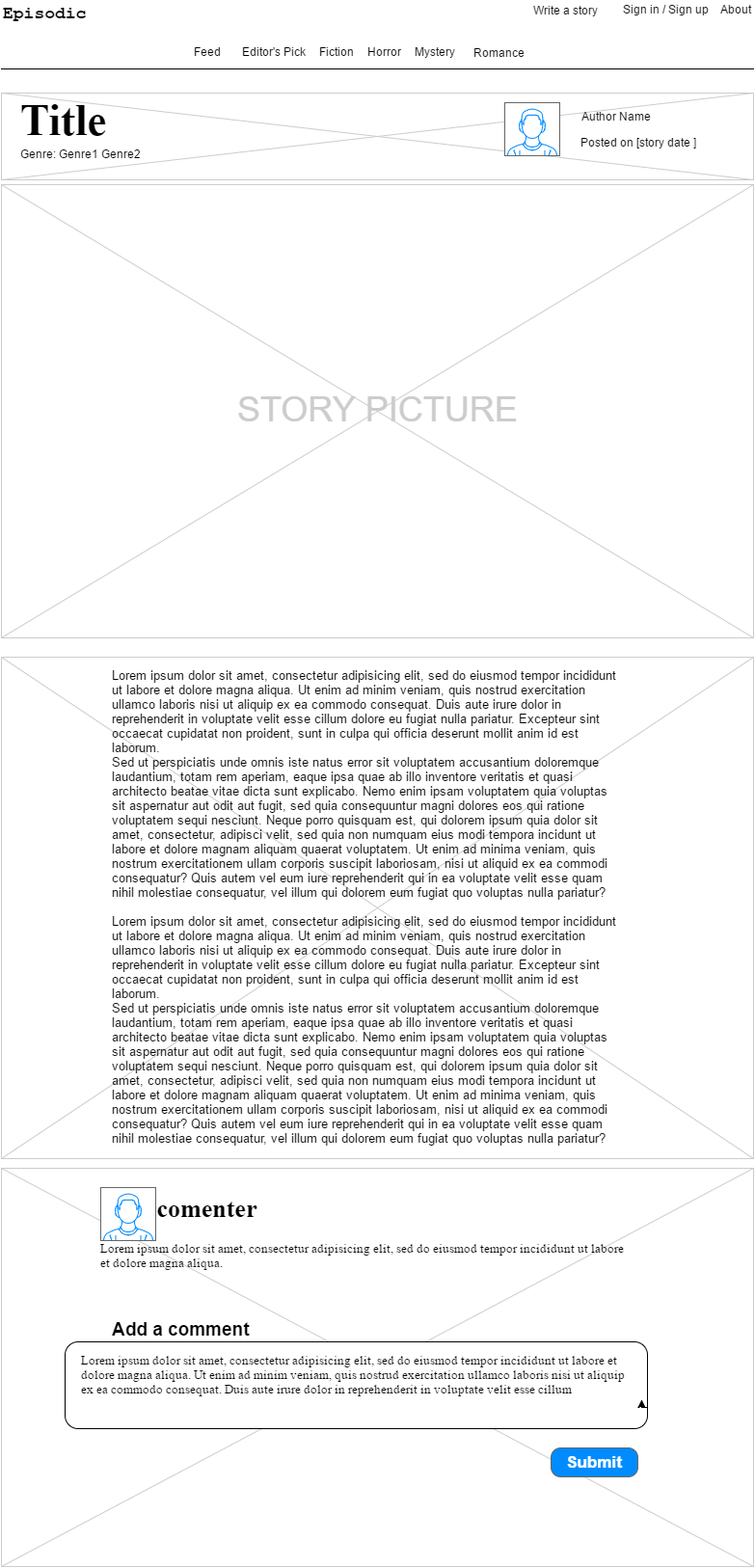
This is docs/wireframes/stories_view.png from maestromac/Episodic, a draw.io export, as it was before one commit. Source tidied: cells renumbered, new cells last; positions are measured from the earlier drawing's top-left corner, leaving out a move shared by most shapes. The source it was exported from:
```xml
<mxGraphModel background="#ffffff">
  <root>
    <mxCell id="0" style="html=1;" />
    <mxCell id="1" style="html=1;" parent="0" />
    <mxCell id="2" style="verticalLabelPosition=bottom;verticalAlign=top;strokeWidth=1;shape=mxgraph.mockup.graphics.iconGrid;strokeColor=#CCCCCC;gridSize=1,1;html=1;" parent="1" vertex="1">
      <mxGeometry y="95" width="780" height="90" as="geometry" />
    </mxCell>
    <mxCell id="3" style="verticalLabelPosition=bottom;verticalAlign=top;strokeWidth=1;shape=mxgraph.mockup.graphics.iconGrid;strokeColor=#CCCCCC;gridSize=1,1;html=1;" parent="1" vertex="1">
      <mxGeometry y="680" width="780" height="520" as="geometry" />
    </mxCell>
    <mxCell id="4" value="&lt;div style=&quot;text-align: center&quot;&gt;&lt;span style=&quot;line-height: 1.2&quot;&gt;&lt;b&gt;&lt;font face=&quot;Courier New&quot;&gt;Episodic&lt;/font&gt;&lt;/b&gt;&lt;/span&gt;&lt;/div&gt;" style="text;spacingTop=-5;fontSize=18;fontStyle=0;html=1;" parent="1" vertex="1">
      <mxGeometry width="70" height="20" as="geometry" />
    </mxCell>
    <mxCell id="5" style="line;strokeWidth=1;html=1;" parent="1" vertex="1">
      <mxGeometry y="65" width="780" height="10" as="geometry" />
    </mxCell>
    <mxCell id="6" value="Feed" style="text;spacingTop=-5;html=1;" parent="1" vertex="1">
      <mxGeometry x="198" y="44" width="30" height="20" as="geometry" />
    </mxCell>
    <mxCell id="7" value="About" style="text;spacingTop=-5;html=1;" parent="1" vertex="1">
      <mxGeometry x="744" width="30" height="20" as="geometry" />
    </mxCell>
    <mxCell id="8" value="Sign in / Sign up" style="text;spacingTop=-5;html=1;" parent="1" vertex="1">
      <mxGeometry x="643" width="101" height="20" as="geometry" />
    </mxCell>
    <mxCell id="9" value="&lt;font style=&quot;font-size: 45px&quot;&gt;&lt;b&gt;Title&lt;/b&gt;&lt;/font&gt;" style="text;spacingTop=-5;html=1;fontFamily=Times New Roman;fontSize=50;" parent="1" vertex="1">
      <mxGeometry x="18" y="90" width="105" height="60" as="geometry" />
    </mxCell>
    <mxCell id="10" value="Lorem ipsum dolor sit amet, consectetur adipisicing elit, sed do eiusmod tempor incididunt ut labore et dolore magna aliqua. Ut enim ad minim veniam, quis nostrud exercitation ullamco laboris nisi ut aliquip ex ea commodo consequat. Duis aute irure dolor in reprehenderit in voluptate velit esse cillum dolore eu fugiat nulla pariatur. Excepteur sint occaecat cupidatat non proident, sunt in culpa qui officia deserunt mollit anim id est laborum.&lt;br&gt;Sed ut perspiciatis unde omnis iste natus error sit voluptatem accusantium doloremque laudantium, totam rem aperiam, eaque ipsa quae ab illo inventore veritatis et quasi architecto beatae vitae dicta sunt explicabo. Nemo enim ipsam voluptatem quia voluptas sit aspernatur aut odit aut fugit, sed quia consequuntur magni dolores eos qui ratione voluptatem sequi nesciunt. Neque porro quisquam est, qui dolorem ipsum quia dolor sit amet, consectetur, adipisci velit, sed quia non numquam eius modi tempora incidunt ut labore et dolore magnam aliquam quaerat voluptatem. Ut enim ad minima veniam, quis nostrum exercitationem ullam corporis suscipit laboriosam, nisi ut aliquid ex ea commodi consequatur? Quis autem vel eum iure reprehenderit qui in ea voluptate velit esse quam nihil molestiae consequatur, vel illum qui dolorem eum fugiat quo voluptas nulla pariatur?&lt;div&gt;&lt;span&gt;&lt;br&gt;&lt;/span&gt;&lt;/div&gt;&lt;div&gt;&lt;span&gt;Lorem ipsum dolor sit amet, consectetur adipisicing elit, sed do eiusmod tempor incididunt ut labore et dolore magna aliqua. Ut enim ad minim veniam, quis nostrud exercitation ullamco laboris nisi ut aliquip ex ea commodo consequat. Duis aute irure dolor in reprehenderit in voluptate velit esse cillum dolore eu fugiat nulla pariatur. Excepteur sint occaecat cupidatat non proident, sunt in culpa qui officia deserunt mollit anim id est laborum.&lt;/span&gt;&lt;br&gt;&lt;span&gt;Sed ut perspiciatis unde omnis iste natus error sit voluptatem accusantium doloremque laudantium, totam rem aperiam, eaque ipsa quae ab illo inventore veritatis et quasi architecto beatae vitae dicta sunt explicabo. Nemo enim ipsam voluptatem quia voluptas sit aspernatur aut odit aut fugit, sed quia consequuntur magni dolores eos qui ratione voluptatem sequi nesciunt. Neque porro quisquam est, qui dolorem ipsum quia dolor sit amet, consectetur, adipisci velit, sed quia non numquam eius modi tempora incidunt ut labore et dolore magnam aliquam quaerat voluptatem. Ut enim ad minima veniam, quis nostrum exercitationem ullam corporis suscipit laboriosam, nisi ut aliquid ex ea commodi consequatur? Quis autem vel eum iure reprehenderit qui in ea voluptate velit esse quam nihil molestiae consequatur, vel illum qui dolorem eum fugiat quo voluptas nulla pariatur?&lt;/span&gt;&lt;/div&gt;" style="text;spacingTop=-5;whiteSpace=wrap;align=left;html=1;fontSize=13;" parent="1" vertex="1">
      <mxGeometry x="113" y="690" width="530" height="500" as="geometry" />
    </mxCell>
    <mxCell id="11" value="Editor's Pick" style="text;spacingTop=-5;html=1;" parent="1" vertex="1">
      <mxGeometry x="248" y="44" width="80" height="20" as="geometry" />
    </mxCell>
    <mxCell id="12" value="Fiction" style="text;spacingTop=-5;html=1;" parent="1" vertex="1">
      <mxGeometry x="328" y="44" width="50" height="20" as="geometry" />
    </mxCell>
    <mxCell id="13" value="Horror" style="text;spacingTop=-5;html=1;" parent="1" vertex="1">
      <mxGeometry x="378" y="44" width="50" height="20" as="geometry" />
    </mxCell>
    <mxCell id="14" style="verticalLabelPosition=bottom;verticalAlign=top;strokeWidth=1;shape=mxgraph.mockup.graphics.iconGrid;strokeColor=#CCCCCC;gridSize=1,1;html=1;" parent="1" vertex="1">
      <mxGeometry y="190" width="780" height="470" as="geometry" />
    </mxCell>
    <mxCell id="15" value="STORY PICTURE" style="text;spacingTop=-5;align=center;verticalAlign=middle;fontSize=36;fontColor=#CCCCCC;html=1;" parent="1" vertex="1">
      <mxGeometry y="190" width="780" height="470" as="geometry" />
    </mxCell>
    <mxCell id="16" value="Genre: Genre1 Genre2" style="text;spacingTop=-5;html=1;" parent="1" vertex="1">
      <mxGeometry x="18" y="150" width="210" height="20" as="geometry" />
    </mxCell>
    <mxCell id="17" value="Mys&lt;span style=&quot;line-height: 1.2&quot;&gt;tery&amp;nbsp;&lt;/span&gt;" style="text;html=1;align=left;verticalAlign=top;spacingTop=-4;rotation=0;" parent="1" vertex="1">
      <mxGeometry x="427" y="43" width="60" height="20" as="geometry" />
    </mxCell>
    <mxCell id="18" value="Romance" style="text;html=1;align=left;verticalAlign=top;spacingTop=-4;" parent="1" vertex="1">
      <mxGeometry x="488" y="44" width="70" height="20" as="geometry" />
    </mxCell>
    <mxCell id="19" value="Write a story&amp;nbsp;" style="text;html=1;align=left;verticalAlign=top;spacingTop=-4;" parent="1" vertex="1">
      <mxGeometry x="550" width="90" height="20" as="geometry" />
    </mxCell>
    <mxCell id="20" value="&lt;font face=&quot;Helvetica&quot; style=&quot;font-size: 12px&quot;&gt;Author Name&lt;/font&gt;" style="text;html=1;strokeColor=none;fillColor=none;align=center;verticalAlign=middle;whiteSpace=wrap;overflow=hidden;fontFamily=Times New Roman;fontSize=13;" parent="1" vertex="1">
      <mxGeometry x="595" y="103" width="83" height="30" as="geometry" />
    </mxCell>
    <mxCell id="21" value="&lt;font face=&quot;Helvetica&quot; style=&quot;font-size: 12px&quot;&gt;Posted on [story date ]&lt;/font&gt;" style="text;html=1;strokeColor=none;fillColor=none;align=center;verticalAlign=middle;whiteSpace=wrap;overflow=hidden;fontFamily=Times New Roman;fontSize=13;" parent="1" vertex="1">
      <mxGeometry x="587" y="135" width="145" height="20" as="geometry" />
    </mxCell>
    <mxCell id="22" style="verticalLabelPosition=bottom;verticalAlign=top;strokeWidth=1;shape=mxgraph.mockup.graphics.iconGrid;strokeColor=#CCCCCC;gridSize=1,1;html=1;" parent="1" vertex="1">
      <mxGeometry y="1210" width="780" height="413" as="geometry" />
    </mxCell>
    <mxCell id="23" style="rounded=1;whiteSpace=wrap;html=1;fontFamily=Times New Roman;fontSize=13;" parent="1" vertex="1">
      <mxGeometry x="66" y="1390" width="604" height="90" as="geometry" />
    </mxCell>
    <mxCell id="24" value="&lt;font style=&quot;font-size: 19px&quot;&gt;Add a comment&lt;/font&gt;" style="text;html=1;fontSize=24;fontStyle=1;verticalAlign=middle;align=center;labelBackgroundColor=none;labelBorderColor=none;" parent="1" vertex="1">
      <mxGeometry x="113" y="1360" width="147" height="30" as="geometry" />
    </mxCell>
    <mxCell id="25" value="Submit" style="strokeWidth=1;shadow=0;dashed=0;align=center;html=1;shape=mxgraph.mockup.buttons.button;strokeColor=#666666;fontColor=#ffffff;mainText=;buttonStyle=round;fontSize=17;fontStyle=1;fillColor=#008cff;whiteSpace=wrap;labelBackgroundColor=none;" parent="1" vertex="1">
      <mxGeometry x="570" y="1500" width="90" height="30" as="geometry" />
    </mxCell>
    <mxCell id="26" value="&lt;span&gt;Lorem ipsum dolor sit amet, consectetur adipisicing elit, sed do eiusmod tempor incididunt ut labore et&amp;nbsp;&lt;/span&gt;&lt;div&gt;&lt;span&gt;dolore magna aliqua. Ut enim ad minim veniam, quis nostrud exercitation ullamco laboris nisi ut aliquip&amp;nbsp;&lt;/span&gt;&lt;/div&gt;&lt;div&gt;&lt;span&gt;ex ea commodo consequat. Duis aute irure dolor in reprehenderit in voluptate velit esse cillum&lt;/span&gt;&lt;/div&gt;" style="text;html=1;fontSize=13;fontFamily=Times New Roman;" parent="1" vertex="1">
      <mxGeometry x="81" y="1395" width="574" height="80" as="geometry" />
    </mxCell>
    <mxCell id="27" value="&lt;h1&gt;&amp;nbsp; &amp;nbsp; &amp;nbsp; &amp;nbsp; &amp;nbsp;&lt;span&gt;comenter&lt;/span&gt;&lt;/h1&gt;&lt;p&gt;Lorem ipsum dolor sit amet, consectetur adipisicing elit, sed do eiusmod tempor incididunt ut labore et dolore magna aliqua.&lt;/p&gt;" style="text;html=1;spacing=5;spacingTop=-20;whiteSpace=wrap;overflow=hidden;labelBackgroundColor=none;fontFamily=Times New Roman;fontSize=13;" parent="1" vertex="1">
      <mxGeometry x="98" y="1230" width="562" height="110" as="geometry" />
    </mxCell>
    <mxCell id="28" style="verticalLabelPosition=bottom;shadow=0;dashed=0;align=center;html=1;verticalAlign=top;strokeWidth=1;shape=mxgraph.mockup.containers.userMale;strokeColor=#666666;strokeColor2=#008cff;fillColor=#ffffff;labelBackgroundColor=none;fontFamily=Times New Roman;fontSize=13;" parent="1" vertex="1">
      <mxGeometry x="103" y="1230" width="57" height="55" as="geometry" />
    </mxCell>
    <mxCell id="29" style="verticalLabelPosition=bottom;shadow=0;dashed=0;align=center;html=1;verticalAlign=top;strokeWidth=1;shape=mxgraph.mockup.containers.userMale;strokeColor=#666666;strokeColor2=#008cff;fillColor=#ffffff;labelBackgroundColor=none;fontFamily=Times New Roman;fontSize=13;" parent="1" vertex="1">
      <mxGeometry x="522" y="105" width="57" height="55" as="geometry" />
    </mxCell>
    <mxCell id="30" style="edgeStyle=orthogonalEdgeStyle;rounded=0;html=1;exitX=1;exitY=0.75;entryX=0.99;entryY=0.667;entryPerimeter=0;jettySize=auto;orthogonalLoop=1;fontFamily=Times New Roman;fontSize=13;" parent="1" edge="1" source="23" target="23">
      <mxGeometry relative="1" as="geometry" />
    </mxCell>
  </root>
</mxGraphModel>
```
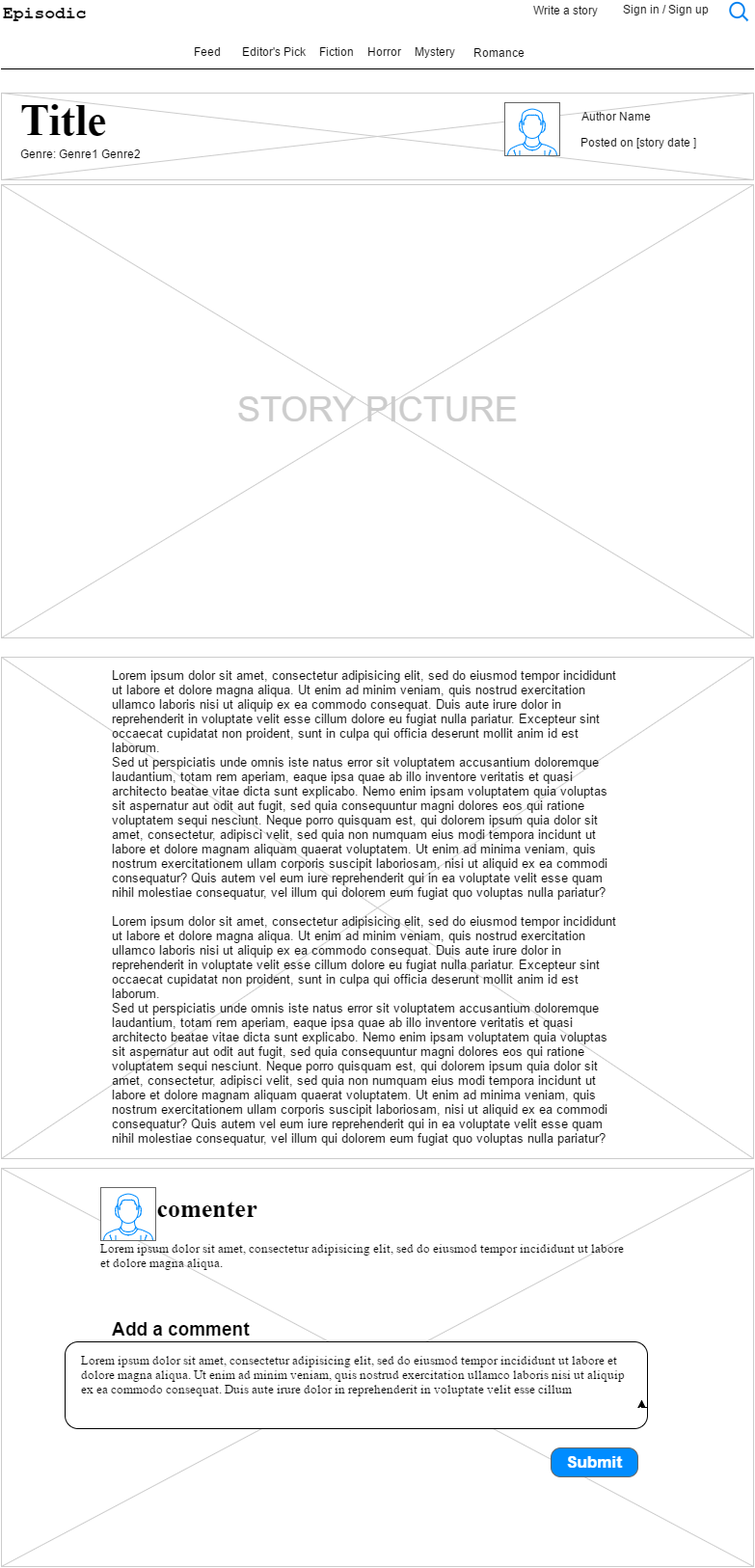
After the change.

Diff of the diagram source:
```diff
@@ -17,9 +17,6 @@
     <mxCell id="6" value="Feed" style="text;spacingTop=-5;html=1;" parent="1" vertex="1">
       <mxGeometry x="198" y="44" width="30" height="20" as="geometry" />
     </mxCell>
-    <mxCell id="7" value="About" style="text;spacingTop=-5;html=1;" parent="1" vertex="1">
-      <mxGeometry x="744" width="30" height="20" as="geometry" />
-    </mxCell>
     <mxCell id="8" value="Sign in / Sign up" style="text;spacingTop=-5;html=1;" parent="1" vertex="1">
       <mxGeometry x="643" width="101" height="20" as="geometry" />
     </mxCell>
@@ -89,5 +86,8 @@
     <mxCell id="30" style="edgeStyle=orthogonalEdgeStyle;rounded=0;html=1;exitX=1;exitY=0.75;entryX=0.99;entryY=0.667;entryPerimeter=0;jettySize=auto;orthogonalLoop=1;fontFamily=Times New Roman;fontSize=13;" parent="1" edge="1" source="23" target="23">
       <mxGeometry relative="1" as="geometry" />
     </mxCell>
+    <mxCell id="31" style="html=1;verticalLabelPosition=bottom;labelBackgroundColor=#ffffff;verticalAlign=top;strokeWidth=2;strokeColor=#0080F0;fillColor=#ffffff;shadow=0;dashed=0;shape=mxgraph.ios7.icons.looking_glass;fontFamily=Times New Roman;fontSize=13;align=left;rotation=0;" parent="1" vertex="1">
+      <mxGeometry x="756" y="1" width="18" height="19" as="geometry" />
+    </mxCell>
   </root>
 </mxGraphModel>
```
